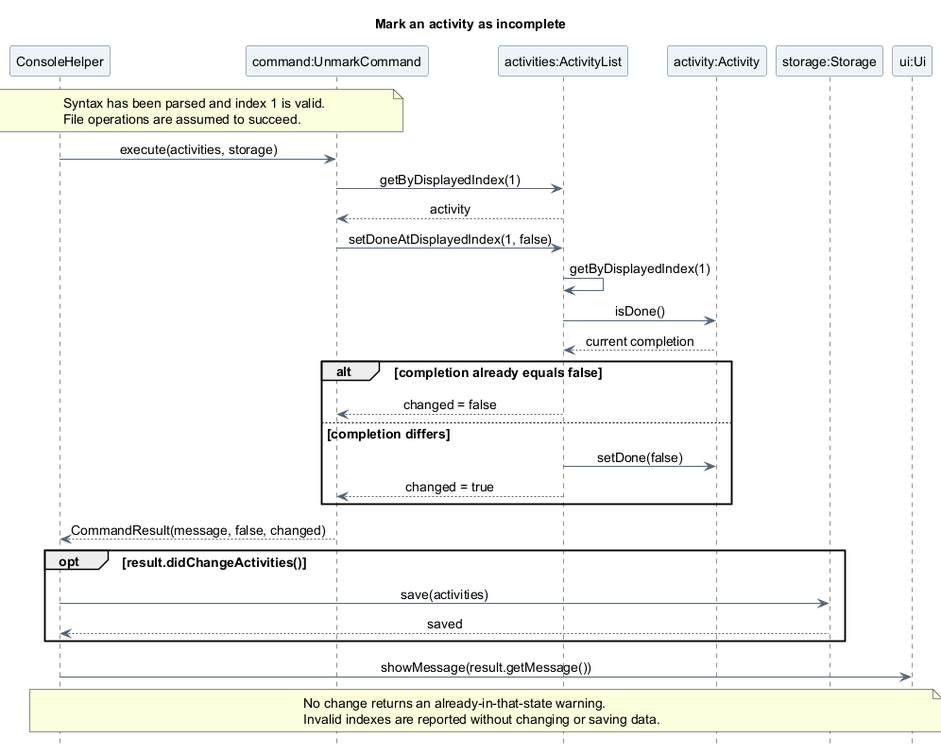
Earlier version of the PlantUML export docs/images/oliver/sequence/UnmarkActivitySequence.png (AY2627S1-CS2113-T10-4/tp).
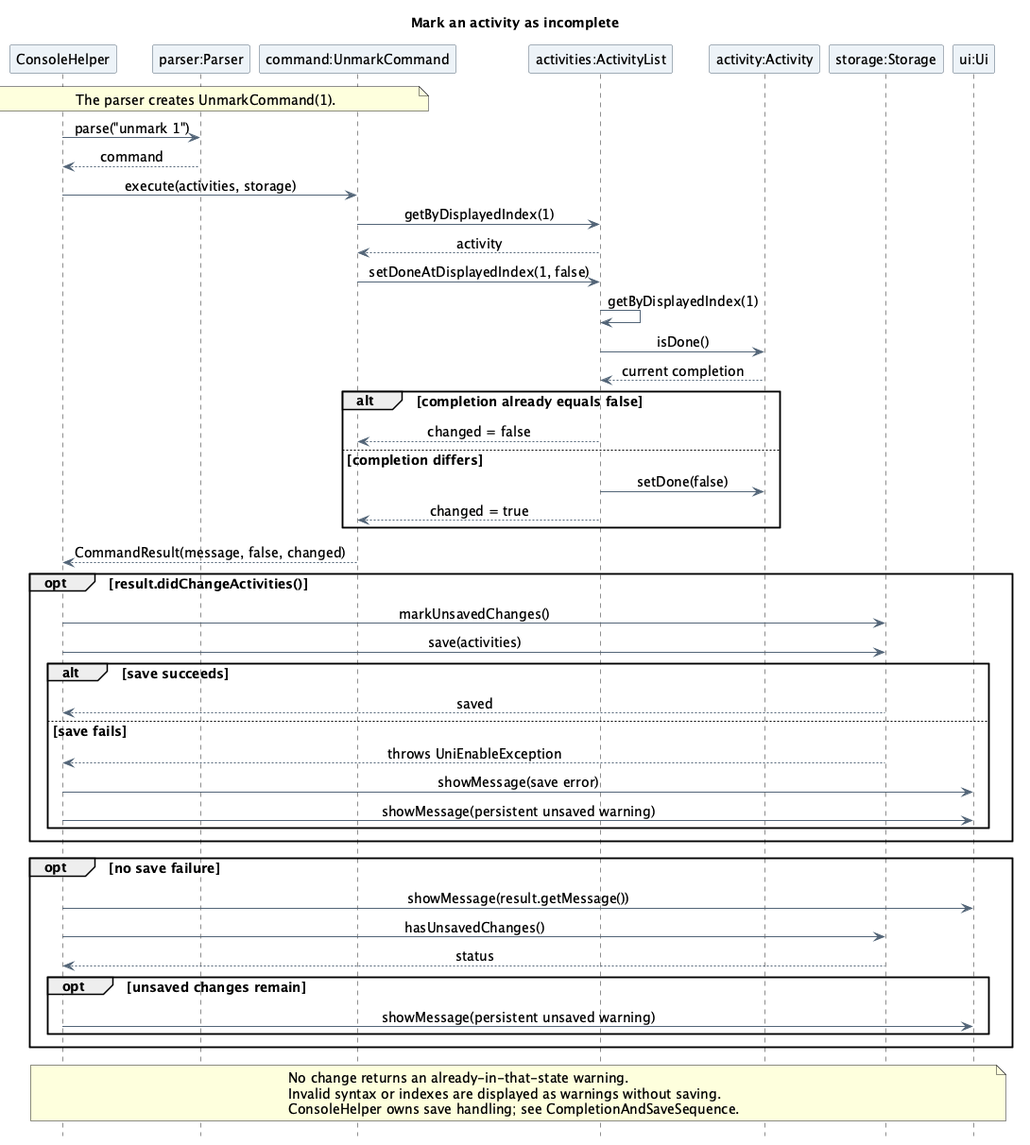
The same file after the commit.

Commit message:
Update Oliver sequence diagram assets

What changed in the source:
```diff
@@ -11,6 +11,7 @@
 hide footbox
 
 participant "ConsoleHelper" as Console
+participant "parser:Parser" as Parser
 participant "command:UnmarkCommand" as Query
 participant "activities:ActivityList" as Activities
 participant "activity:Activity" as Activity
@@ -18,9 +19,10 @@
 participant "ui:Ui" as UI
 
 note over Console, Query
-  Syntax has been parsed and index 1 is valid.
-  File operations are assumed to succeed.
+  The parser creates UnmarkCommand(1).
 end note
+Console -> Parser : parse("unmark 1")
+Parser --> Console : command
 Console -> Query : execute(activities, storage)
 Query -> Activities : getByDisplayedIndex(1)
 Activities --> Query : activity
@@ -36,12 +38,27 @@
 end
 Query --> Console : CommandResult(message, false, changed)
 opt result.didChangeActivities()
+  Console -> Storage : markUnsavedChanges()
   Console -> Storage : save(activities)
-  Storage --> Console : saved
+  alt save succeeds
+    Storage --> Console : saved
+  else save fails
+    Storage --> Console : throws UniEnableException
+    Console -> UI : showMessage(save error)
+    Console -> UI : showMessage(persistent unsaved warning)
+  end
 end
-Console -> UI : showMessage(result.getMessage())
+opt no save failure
+  Console -> UI : showMessage(result.getMessage())
+  Console -> Storage : hasUnsavedChanges()
+  Storage --> Console : status
+  opt unsaved changes remain
+    Console -> UI : showMessage(persistent unsaved warning)
+  end
+end
 note over Console, UI
   No change returns an already-in-that-state warning.
-  Invalid indexes are reported without changing or saving data.
+  Invalid syntax or indexes are displayed as warnings without saving.
+  ConsoleHelper owns save handling; see CompletionAndSaveSequence.
 end note
 @enduml
```
